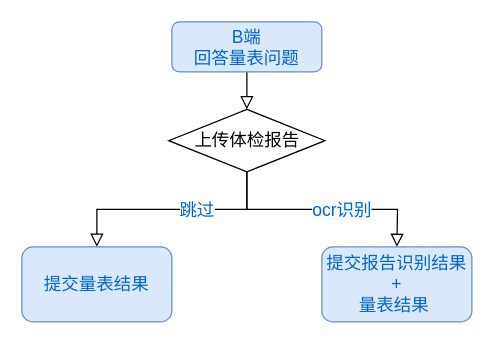
Above: page "B端" (3 of 4) of C端.drawio in star-devil/diagramsFiles (draw.io), before the change. Source tidied: cells renumbered, new cells numbered last; positions are measured from the earlier drawing's top-left corner, leaving out a move shared by most shapes. Both pictures are drawn from the tidied source at 125%, with x=0, y=0 at pixel (21, 21).
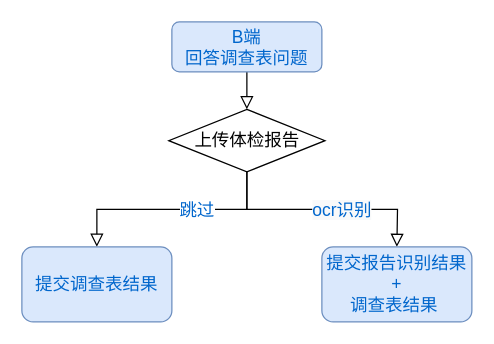
The same page after the edit.

The edit, as a diff of the source:
```diff
@@
 <mxGraphModel>
   <root>
     <mxCell id="0" />
     <mxCell id="1" parent="0" />
     <mxCell id="2" style="edgeStyle=orthogonalEdgeStyle;shape=connector;rounded=0;jettySize=auto;html=1;exitX=0.5;exitY=1;exitDx=0;exitDy=0;shadow=0;labelBackgroundColor=none;strokeColor=default;strokeWidth=1;fontFamily=Helvetica;fontSize=11;fontColor=default;endArrow=block;endFill=0;endSize=8;entryX=0.5;entryY=0;entryDx=0;entryDy=0;" parent="1" edge="1" source="3" target="8">
       <mxGeometry relative="1" as="geometry" />
     </mxCell>
-    <mxCell id="3" value="B端&lt;br style=&quot;font-size: 14px;&quot;&gt;回答量表问题" style="rounded=1;whiteSpace=wrap;html=1;fontSize=14;glass=0;strokeWidth=1;shadow=0;fillColor=#dae8fc;strokeColor=#6c8ebf;fontColor=#0066CC;" parent="1" vertex="1">
+    <mxCell id="3" value="B端&lt;br style=&quot;font-size: 14px;&quot;&gt;回答调查表问题" style="rounded=1;whiteSpace=wrap;html=1;fontSize=14;glass=0;strokeWidth=1;shadow=0;fillColor=#dae8fc;strokeColor=#6c8ebf;fontColor=#0066CC;" parent="1" vertex="1">
       <mxGeometry x="120" width="120" height="40" as="geometry" />
     </mxCell>
     <mxCell id="4" style="edgeStyle=orthogonalEdgeStyle;shape=connector;rounded=0;jettySize=auto;html=1;exitX=0.5;exitY=1;exitDx=0;exitDy=0;shadow=0;labelBackgroundColor=none;strokeColor=default;strokeWidth=1;fontFamily=Helvetica;fontSize=11;fontColor=#0066CC;endArrow=block;endFill=0;endSize=8;entryX=0.5;entryY=0;entryDx=0;entryDy=0;" parent="1" edge="1" source="8" target="9">
       <mxGeometry relative="1" as="geometry">
         <Array as="points">
           <mxPoint x="180" y="150" />
           <mxPoint x="60" y="150" />
         </Array>
       </mxGeometry>
     </mxCell>
     <mxCell id="5" value="跳过" style="edgeLabel;html=1;align=center;verticalAlign=middle;fontSize=14;fontFamily=Helvetica;fontColor=#0066CC;" parent="4" vertex="1">
       <mxGeometry x="-0.21" relative="1" as="geometry" />
     </mxCell>
     <mxCell id="6" style="edgeStyle=orthogonalEdgeStyle;shape=connector;rounded=0;jettySize=auto;html=1;exitX=0.5;exitY=1;exitDx=0;exitDy=0;shadow=0;labelBackgroundColor=none;strokeColor=default;strokeWidth=1;fontFamily=Helvetica;fontSize=11;fontColor=#0066CC;endArrow=block;endFill=0;endSize=8;" parent="1" edge="1" source="8">
       <mxGeometry relative="1" as="geometry">
         <mxPoint x="300" y="180" as="targetPoint" />
       </mxGeometry>
     </mxCell>
     <mxCell id="7" value="&lt;span style=&quot;background-color: rgb(248, 249, 250);&quot;&gt;&lt;font style=&quot;font-size: 14px;&quot;&gt;ocr识别&lt;/font&gt;&lt;/span&gt;" style="edgeLabel;html=1;align=center;verticalAlign=middle;fontSize=14;fontFamily=Helvetica;fontColor=#0066CC;" parent="6" vertex="1">
       <mxGeometry x="0.16" relative="1" as="geometry" />
     </mxCell>
     <mxCell id="8" value="上传体检报告" style="rhombus;whiteSpace=wrap;html=1;fontSize=14;rounded=0;" parent="1" vertex="1">
       <mxGeometry x="117.5" y="70" width="125" height="50" as="geometry" />
     </mxCell>
-    <mxCell id="9" value="&lt;span style=&quot;font-size: 14px;&quot;&gt;提交量表结果&lt;/span&gt;" style="rounded=1;whiteSpace=wrap;html=1;fontSize=14;glass=0;strokeWidth=1;shadow=0;fillColor=#dae8fc;strokeColor=#6c8ebf;fontColor=#0066CC;" parent="1" vertex="1">
+    <mxCell id="9" value="&lt;span style=&quot;font-size: 14px;&quot;&gt;提交调查表结果&lt;/span&gt;" style="rounded=1;whiteSpace=wrap;html=1;fontSize=14;glass=0;strokeWidth=1;shadow=0;fillColor=#dae8fc;strokeColor=#6c8ebf;fontColor=#0066CC;" parent="1" vertex="1">
       <mxGeometry y="180" width="120" height="60" as="geometry" />
     </mxCell>
-    <mxCell id="10" value="&lt;span style=&quot;font-size: 14px;&quot;&gt;提交报告识别结果+&lt;/span&gt;&lt;br style=&quot;font-size: 14px;&quot;&gt;&lt;span style=&quot;font-size: 14px;&quot;&gt;量表结果&amp;nbsp;&lt;/span&gt;" style="rounded=1;whiteSpace=wrap;html=1;fontSize=14;glass=0;strokeWidth=1;shadow=0;fillColor=#dae8fc;strokeColor=#6c8ebf;fontColor=#0066CC;" parent="1" vertex="1">
+    <mxCell id="10" value="&lt;span style=&quot;font-size: 14px;&quot;&gt;提交报告识别结果+&lt;/span&gt;&lt;br style=&quot;font-size: 14px;&quot;&gt;&lt;span style=&quot;font-size: 14px;&quot;&gt;调查表结果&amp;nbsp;&lt;/span&gt;" style="rounded=1;whiteSpace=wrap;html=1;fontSize=14;glass=0;strokeWidth=1;shadow=0;fillColor=#dae8fc;strokeColor=#6c8ebf;fontColor=#0066CC;" parent="1" vertex="1">
       <mxGeometry x="240" y="180" width="120" height="60" as="geometry" />
     </mxCell>
   </root>
 </mxGraphModel>
```
